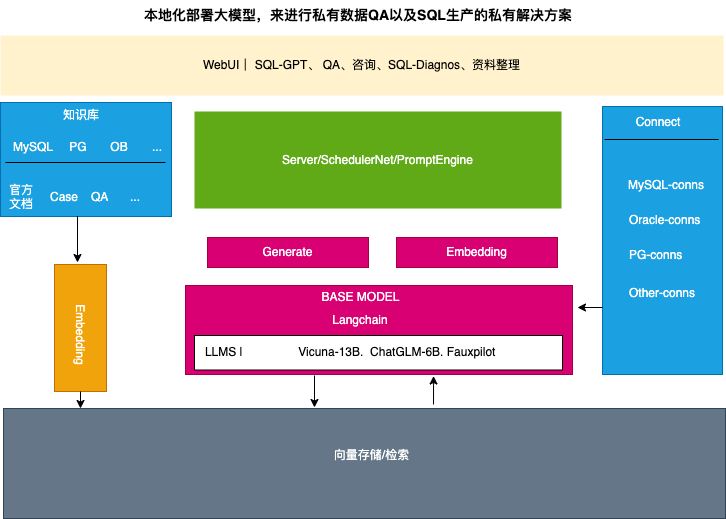
arvind-elayappan/dbGPT keeps this draw.io diagram as asserts/pilot.png. Above is the earlier version. Source tidied: cells renumbered, new cells last; positions are measured from the earlier drawing's top-left corner, leaving out a move shared by most shapes.
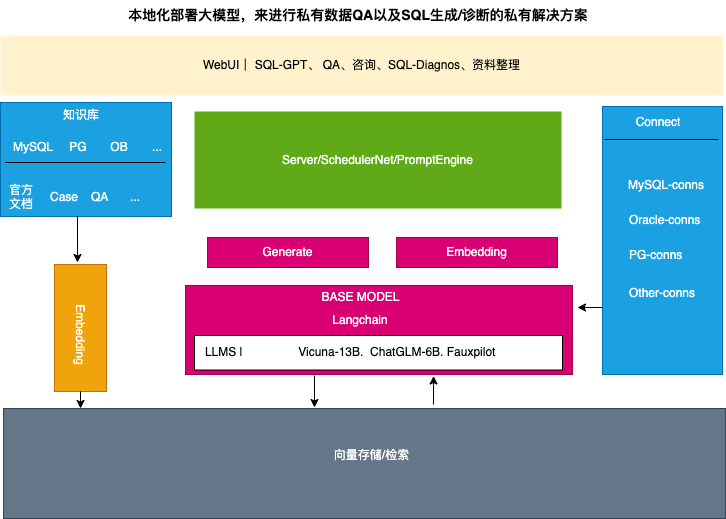
Later version of the same file.

Diff of the diagram source:
```diff
@@ -130,7 +130,7 @@
     <mxCell id="38" value="Other-conns" style="text;strokeColor=none;fillColor=none;align=left;verticalAlign=middle;spacingLeft=4;spacingRight=4;overflow=hidden;whiteSpace=wrap;html=1;fontColor=#FFFFFF;" parent="1" vertex="1">
       <mxGeometry x="623" y="278" width="80" height="30" as="geometry" />
     </mxCell>
-    <mxCell id="39" value="&lt;b&gt;&lt;font style=&quot;font-size: 14px;&quot;&gt;本地化部署大模型，来进行私有数据QA以及SQL生产的私有解决方案&lt;/font&gt;&lt;/b&gt;" style="text;html=1;strokeColor=none;fillColor=none;align=center;verticalAlign=middle;whiteSpace=wrap;rounded=0;" parent="1" vertex="1">
+    <mxCell id="39" value="&lt;b&gt;&lt;font style=&quot;font-size: 14px;&quot;&gt;本地化部署大模型，来进行私有数据QA以及SQL生成/诊断的私有解决方案&lt;/font&gt;&lt;/b&gt;" style="text;html=1;strokeColor=none;fillColor=none;align=center;verticalAlign=middle;whiteSpace=wrap;rounded=0;" parent="1" vertex="1">
       <mxGeometry x="85" width="546" height="30" as="geometry" />
     </mxCell>
   </root>
```
